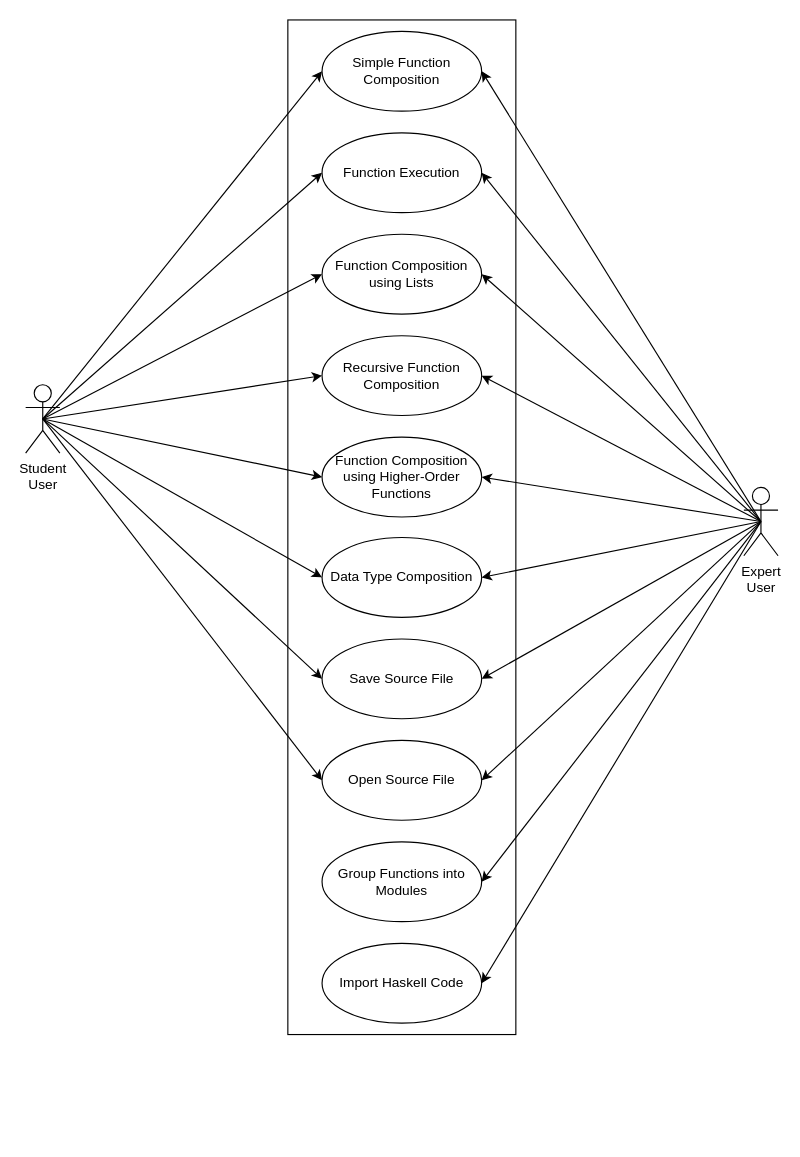
This is SA/design_concept/static/SA_use_cases.drawio from VisualFP/docs, a draw.io file, before an edit. Source tidied: cells renumbered, new cells numbered last; positions are measured from the earlier drawing's top-left corner, leaving out a move shared by most shapes. Both pictures are drawn from the tidied source at 114%, with x=0, y=0 at pixel (25, 19).
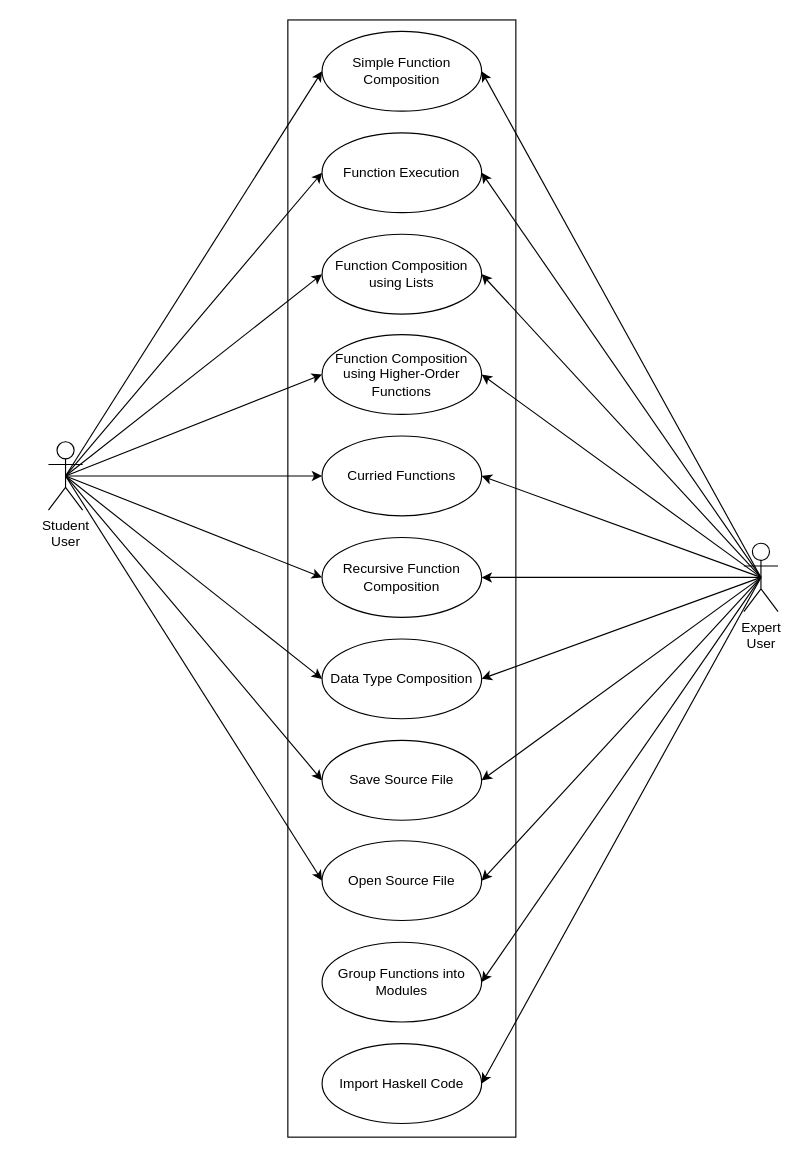
The same diagram, later.

Commit message (it also covers changes not shown here):
update use-case diagram

Diff of the diagram source:
```diff
@@
+    <mxCell id="32" style="rounded=0;whiteSpace=wrap;html=1;fillColor=none;" parent="1" vertex="1">
+      <mxGeometry x="230" width="200" height="980" as="geometry" />
+    </mxCell>
@@
+    <mxCell id="33" style="edgeStyle=orthogonalEdgeStyle;rounded=0;jettySize=auto;html=1;exitX=0.5;exitY=0.5;exitDx=0;exitDy=0;exitPerimeter=0;entryX=0;entryY=0.5;entryDx=0;entryDy=0;" parent="1" edge="1" source="10" target="35">
+      <mxGeometry relative="1" as="geometry" />
+    </mxCell>
     <mxCell id="10" value="&lt;div&gt;Student&lt;br&gt;User&lt;/div&gt;" style="shape=umlActor;verticalLabelPosition=bottom;verticalAlign=top;html=1;" parent="1" vertex="1">
-      <mxGeometry y="320" width="30" height="60" as="geometry" />
+      <mxGeometry x="20" y="370" width="30" height="60" as="geometry" />
     </mxCell>
@@
+    <mxCell id="34" style="rounded=0;jettySize=auto;html=1;exitX=0.5;exitY=0.5;exitDx=0;exitDy=0;exitPerimeter=0;entryX=1;entryY=0.5;entryDx=0;entryDy=0;" parent="1" edge="1" source="21" target="35">
+      <mxGeometry relative="1" as="geometry" />
+    </mxCell>
     <mxCell id="21" value="&lt;div&gt;Expert&lt;br&gt;User&lt;/div&gt;" style="shape=umlActor;verticalLabelPosition=bottom;verticalAlign=top;html=1;" parent="1" vertex="1">
-      <mxGeometry x="630" y="410" width="30" height="60" as="geometry" />
+      <mxGeometry x="630" y="459" width="30" height="60" as="geometry" />
     </mxCell>
@@
     <mxCell id="25" value="Recursive Function Composition" style="ellipse;whiteSpace=wrap;html=1;" parent="1" vertex="1">
-      <mxGeometry x="260" y="277" width="140" height="70" as="geometry" />
+      <mxGeometry x="260" y="454" width="140" height="70" as="geometry" />
     </mxCell>
     <mxCell id="26" value="Function Composition using Higher-Order Functions" style="ellipse;whiteSpace=wrap;html=1;" parent="1" vertex="1">
-      <mxGeometry x="260" y="366" width="140" height="70" as="geometry" />
+      <mxGeometry x="260" y="276" width="140" height="70" as="geometry" />
     </mxCell>
     <mxCell id="27" value="&lt;div&gt;Data Type Composition&lt;/div&gt;" style="ellipse;whiteSpace=wrap;html=1;" parent="1" vertex="1">
-      <mxGeometry x="260" y="454" width="140" height="70" as="geometry" />
+      <mxGeometry x="260" y="543" width="140" height="70" as="geometry" />
     </mxCell>
     <mxCell id="28" value="&lt;div&gt;Save Source File&lt;/div&gt;" style="ellipse;whiteSpace=wrap;html=1;" parent="1" vertex="1">
-      <mxGeometry x="260" y="543" width="140" height="70" as="geometry" />
+      <mxGeometry x="260" y="632" width="140" height="70" as="geometry" />
     </mxCell>
     <mxCell id="29" value="&lt;div&gt;Open Source File&lt;/div&gt;" style="ellipse;whiteSpace=wrap;html=1;" parent="1" vertex="1">
-      <mxGeometry x="260" y="632" width="140" height="70" as="geometry" />
+      <mxGeometry x="260" y="720" width="140" height="70" as="geometry" />
     </mxCell>
     <mxCell id="30" value="Group Functions into Modules" style="ellipse;whiteSpace=wrap;html=1;" parent="1" vertex="1">
-      <mxGeometry x="260" y="721" width="140" height="70" as="geometry" />
+      <mxGeometry x="260" y="809" width="140" height="70" as="geometry" />
     </mxCell>
     <mxCell id="31" value="Import Haskell Code" style="ellipse;whiteSpace=wrap;html=1;" parent="1" vertex="1">
-      <mxGeometry x="260" y="810" width="140" height="70" as="geometry" />
+      <mxGeometry x="260" y="898" width="140" height="70" as="geometry" />
     </mxCell>
-    <mxCell id="32" style="rounded=0;whiteSpace=wrap;html=1;fillColor=none;" parent="1" vertex="1">
-      <mxGeometry x="230" width="200" height="890" as="geometry" />
-    </mxCell>
+    <mxCell id="35" value="Curried Functions" style="ellipse;whiteSpace=wrap;html=1;" parent="1" vertex="1">
+      <mxGeometry x="260" y="365" width="140" height="70" as="geometry" />
+    </mxCell>
```
